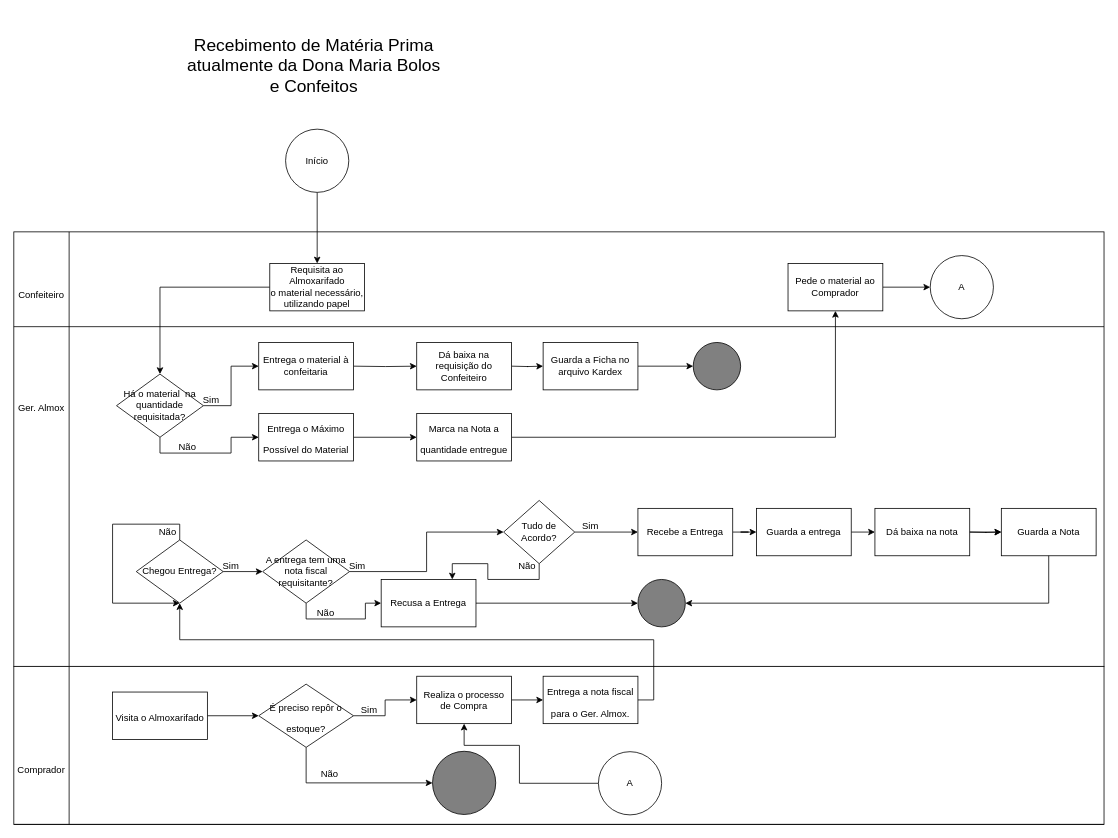
Above: Análise de SIstemas/desenho de processo Dona Maria.drawio in Luiz-Dinani/1-Ano (draw.io), before the change. Source tidied: cells renumbered, new cells numbered last; positions are measured from the earlier drawing's top-left corner, leaving out a move shared by most shapes. Both pictures are drawn from the tidied source at 79%, with x=0, y=0 at pixel (13, 58).
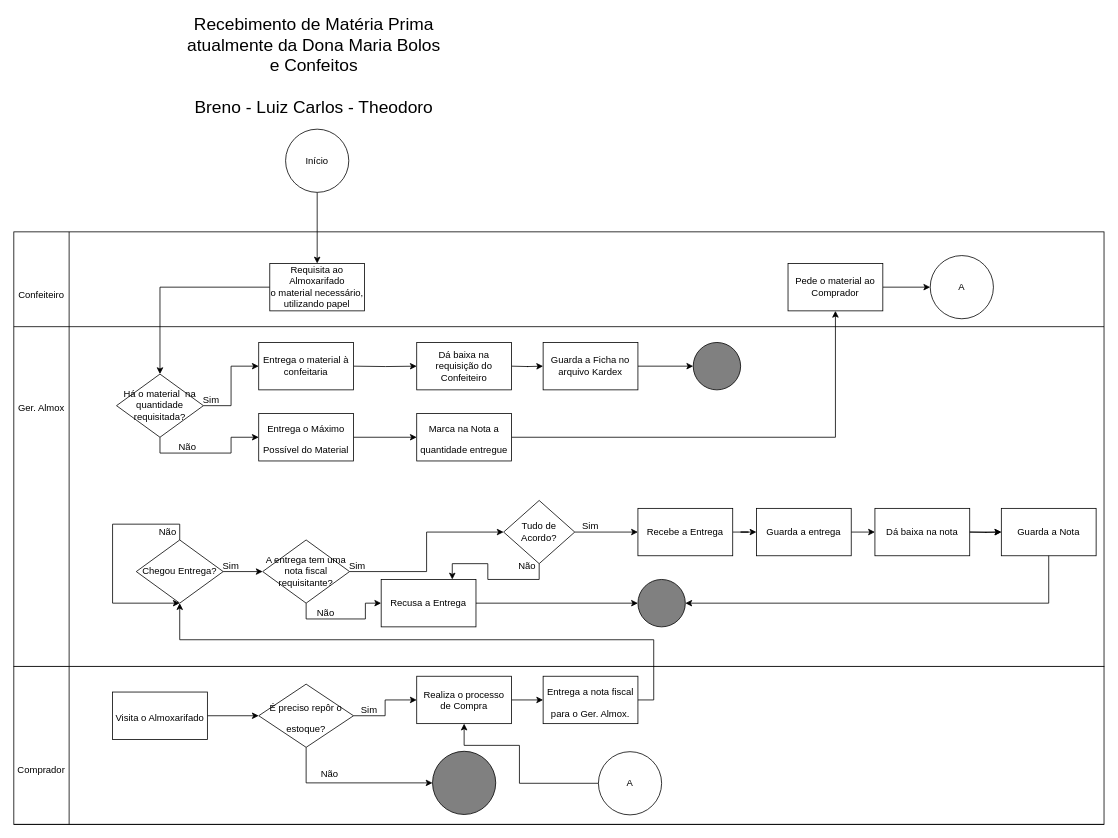
The same page after the edit.

What changed in the source:
```diff
@@
-    <mxCell id="9" value="Recebimento de Matéria Prima atualmente da Dona Maria Bolos e Confeitos" style="text;html=1;strokeColor=none;fillColor=none;align=center;verticalAlign=middle;whiteSpace=wrap;rounded=0;fontSize=22;" parent="1" vertex="1">
+    <mxCell id="9" value="Recebimento de Matéria Prima atualmente da Dona Maria Bolos e Confeitos&lt;br&gt;&lt;br&gt;Breno - Luiz Carlos - Theodoro" style="text;html=1;strokeColor=none;fillColor=none;align=center;verticalAlign=middle;whiteSpace=wrap;rounded=0;fontSize=22;" parent="1" vertex="1">
       <mxGeometry x="210" width="340" height="20" as="geometry" />
     </mxCell>
```
